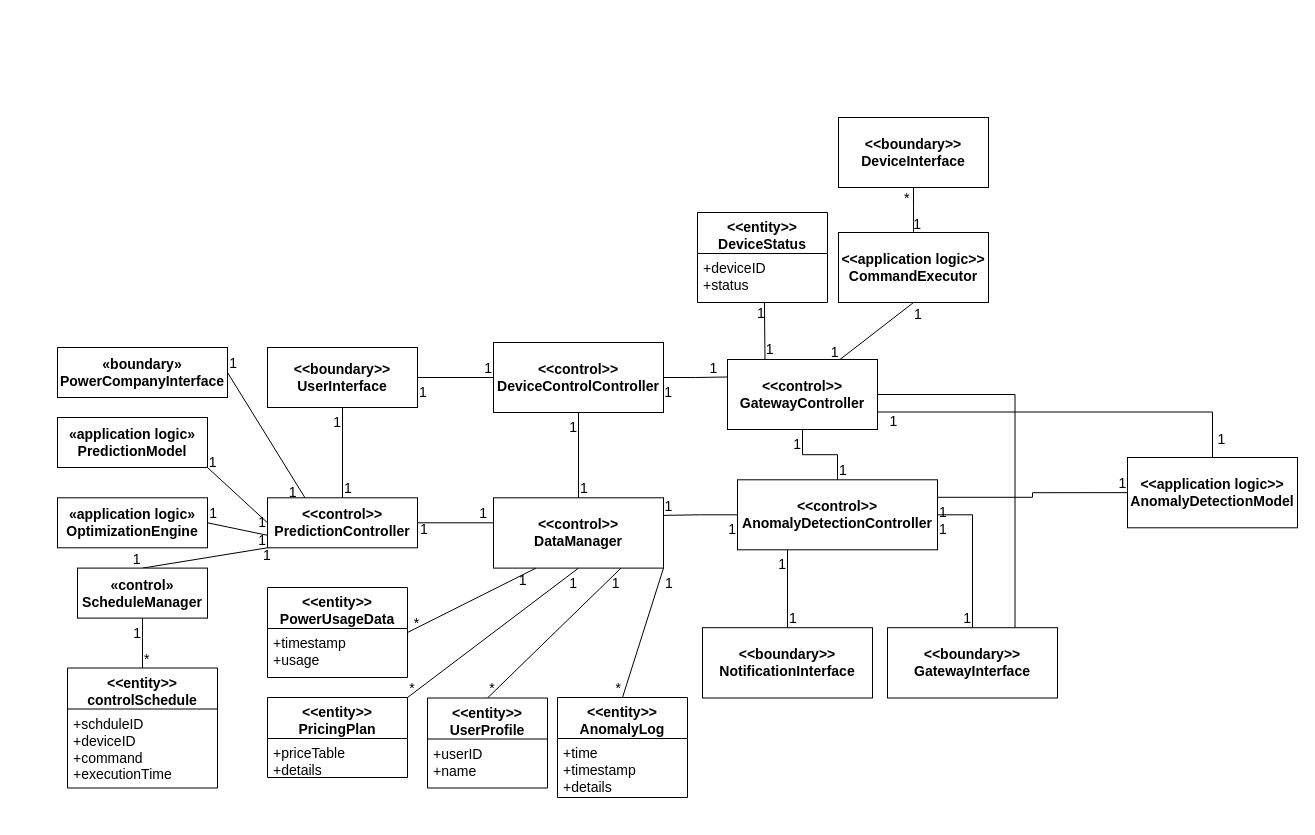
Before: page "StaticView" (4 of 4) of DomainModeling.drawio in GeniusHoon/AssociateArchitect, a draw.io diagram. Source tidied: cells renumbered, new cells numbered last; positions are measured from the earlier drawing's top-left corner, leaving out a move shared by most shapes. Both pictures are drawn from the tidied source at 100%, with x=0, y=0 at pixel (57, 117).
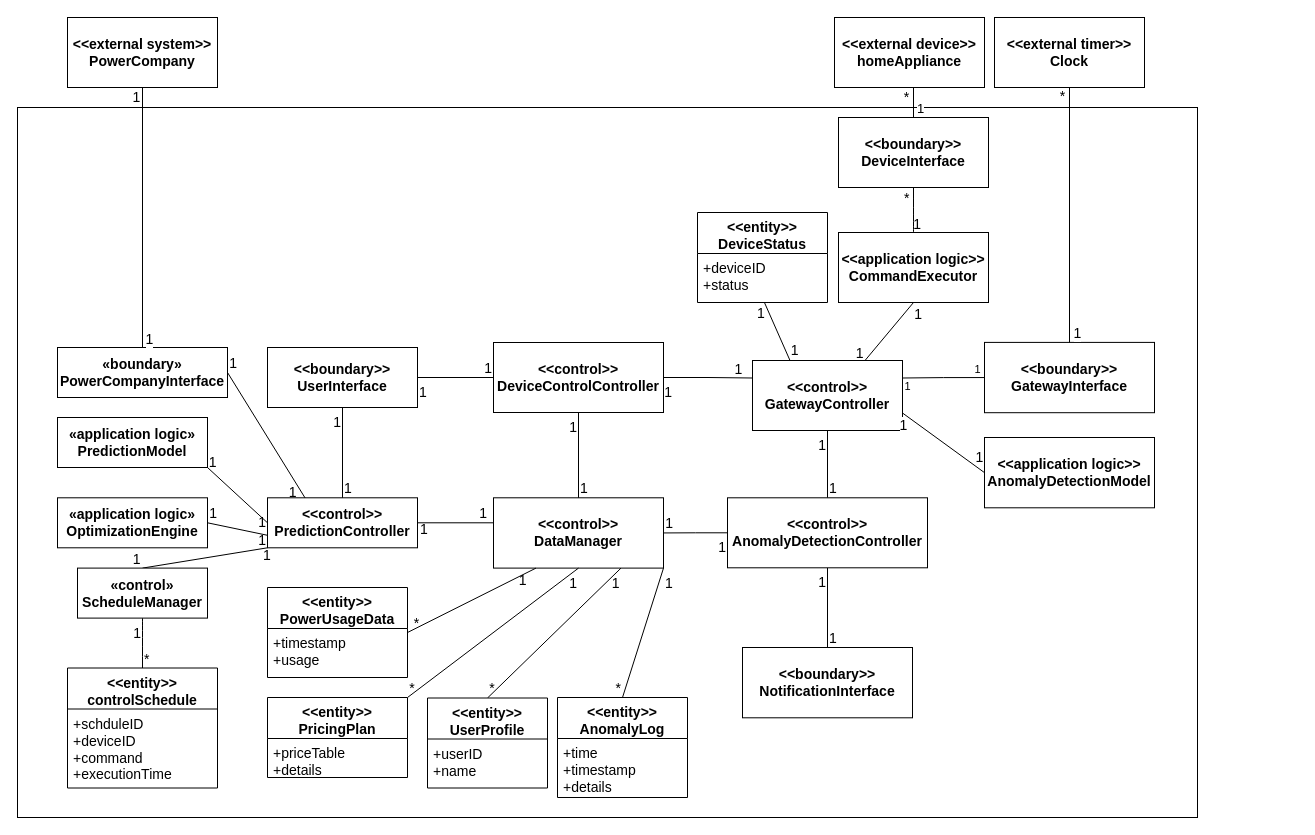
Above is the later version.

Unchanged cells that the change refers to:
```xml
<mxCell id="3" value="«boundary»&lt;br&gt;&lt;span&gt;PowerCompanyInterface&lt;/span&gt;" style="html=1;whiteSpace=wrap;fontStyle=1;fontSize=14;" parent="1" vertex="1">
  <mxGeometry y="230" width="170" height="50" as="geometry" />
</mxCell>
<mxCell id="7" value="&lt;span style=&quot;text-wrap-mode: nowrap;&quot;&gt;&amp;lt;&amp;lt;control&amp;gt;&amp;gt;&lt;/span&gt;&lt;br style=&quot;padding: 0px; margin: 0px; text-wrap-mode: nowrap;&quot;&gt;&lt;span style=&quot;text-wrap-mode: nowrap;&quot;&gt;DataManager&lt;/span&gt;" style="html=1;whiteSpace=wrap;fontStyle=1;fontSize=14;" parent="1" vertex="1">
  <mxGeometry x="436" y="380.3" width="170" height="70.3" as="geometry" />
</mxCell>
<mxCell id="12" value="&lt;span style=&quot;text-wrap-mode: nowrap;&quot;&gt;&amp;lt;&amp;lt;boundary&amp;gt;&amp;gt;&lt;/span&gt;&lt;br style=&quot;padding: 0px; margin: 0px; text-wrap-mode: nowrap;&quot;&gt;&lt;span style=&quot;text-wrap-mode: nowrap;&quot;&gt;DeviceInterface&lt;/span&gt;" style="html=1;whiteSpace=wrap;fontStyle=1;fontSize=14;" parent="1" vertex="1">
  <mxGeometry x="781" width="150" height="70" as="geometry" />
</mxCell>
```

Change to the diagram source:
```diff
@@
+    <mxCell id="99" style="rounded=0;whiteSpace=wrap;html=1;" parent="1" vertex="1">
+      <mxGeometry x="-40" y="-10" width="1180" height="710" as="geometry" />
+    </mxCell>
+    <mxCell id="5" value="&lt;span style=&quot;text-wrap-mode: nowrap;&quot;&gt;&amp;lt;&amp;lt;control&amp;gt;&amp;gt;&lt;/span&gt;&lt;br style=&quot;padding: 0px; margin: 0px; text-wrap-mode: nowrap;&quot;&gt;&lt;span style=&quot;text-wrap-mode: nowrap;&quot;&gt;GatewayController&lt;/span&gt;" style="html=1;whiteSpace=wrap;fontStyle=1;fontSize=14;" parent="1" vertex="1">
+      <mxGeometry x="695" y="243" width="150" height="70" as="geometry" />
+    </mxCell>
+    <mxCell id="97" value="&lt;span style=&quot;text-wrap-mode: nowrap;&quot;&gt;&amp;lt;&amp;lt;boundary&amp;gt;&amp;gt;&lt;/span&gt;&lt;br style=&quot;padding: 0px; margin: 0px; text-wrap-mode: nowrap;&quot;&gt;&lt;span style=&quot;text-wrap-mode: nowrap;&quot;&gt;GatewayInterface&lt;/span&gt;" style="html=1;whiteSpace=wrap;fontStyle=1;fontSize=14;" parent="1" vertex="1">
+      <mxGeometry x="927" y="224.9" width="170" height="70.3" as="geometry" />
+    </mxCell>
@@
-    <mxCell id="5" value="&lt;span style=&quot;text-wrap-mode: nowrap;&quot;&gt;&amp;lt;&amp;lt;control&amp;gt;&amp;gt;&lt;/span&gt;&lt;br style=&quot;padding: 0px; margin: 0px; text-wrap-mode: nowrap;&quot;&gt;&lt;span style=&quot;text-wrap-mode: nowrap;&quot;&gt;GatewayController&lt;/span&gt;" style="html=1;whiteSpace=wrap;fontStyle=1;fontSize=14;" parent="1" vertex="1">
-      <mxGeometry x="670" y="242" width="150" height="70" as="geometry" />
-    </mxCell>
     <mxCell id="6" value="&lt;span style=&quot;text-wrap-mode: nowrap;&quot;&gt;&amp;lt;&amp;lt;application logic&amp;gt;&amp;gt;&lt;/span&gt;&lt;br style=&quot;padding: 0px; margin: 0px; text-wrap-mode: nowrap;&quot;&gt;&lt;span style=&quot;text-wrap-mode: nowrap;&quot;&gt;AnomalyDetectionModel&lt;/span&gt;" style="html=1;whiteSpace=wrap;fontStyle=1;fontSize=14;" parent="1" vertex="1">
-      <mxGeometry x="1070" y="340" width="170" height="70.3" as="geometry" />
+      <mxGeometry x="927" y="320" width="170" height="70.3" as="geometry" />
     </mxCell>
@@
-    <mxCell id="49" style="startArrow=none;endArrow=none;exitX=1;exitY=0.5;entryX=0.5;entryY=0;rounded=0;edgeStyle=orthogonalEdgeStyle;fontSize=14;exitDx=0;exitDy=0;entryDx=0;entryDy=0;" parent="1" edge="1" source="96" target="97">
-      <mxGeometry relative="1" as="geometry" />
-    </mxCell>
-    <mxCell id="50" value="1" style="edgeLabel;labelBackgroundColor=none;fontSize=14;align=left;verticalAlign=top;" parent="49" vertex="1">
-      <mxGeometry x="-1" relative="1" as="geometry" />
-    </mxCell>
-    <mxCell id="51" value="1" style="edgeLabel;labelBackgroundColor=none;fontSize=14;align=right;verticalAlign=bottom;" parent="49" vertex="1">
-      <mxGeometry x="1" relative="1" as="geometry" />
-    </mxCell>
-    <mxCell id="52" style="startArrow=none;endArrow=none;exitX=1;exitY=0.25;entryX=0;entryY=0.5;rounded=0;edgeStyle=orthogonalEdgeStyle;fontSize=14;exitDx=0;exitDy=0;entryDx=0;entryDy=0;" parent="1" edge="1" source="96" target="6">
-      <mxGeometry relative="1" as="geometry" />
-    </mxCell>
-    <mxCell id="53" value="1" style="edgeLabel;labelBackgroundColor=none;fontSize=14;align=left;verticalAlign=top;" parent="52" vertex="1">
-      <mxGeometry x="-1" relative="1" as="geometry" />
-    </mxCell>
-    <mxCell id="54" value="1" style="edgeLabel;labelBackgroundColor=none;fontSize=14;align=right;verticalAlign=bottom;" parent="52" vertex="1">
-      <mxGeometry x="1" relative="1" as="geometry" />
-    </mxCell>
-    <mxCell id="55" style="startArrow=none;endArrow=none;exitX=0.25;exitY=1;entryX=0.5;entryY=0;rounded=0;edgeStyle=orthogonalEdgeStyle;fontSize=14;exitDx=0;exitDy=0;entryDx=0;entryDy=0;" parent="1" edge="1" source="96" target="98">
+    <mxCell id="55" style="startArrow=none;endArrow=none;exitX=0.5;exitY=1;entryX=0.5;entryY=0;rounded=0;edgeStyle=orthogonalEdgeStyle;fontSize=14;exitDx=0;exitDy=0;entryDx=0;entryDy=0;" parent="1" edge="1" source="96" target="98">
       <mxGeometry relative="1" as="geometry" />
     </mxCell>
@@
-    <mxCell id="58" style="startArrow=none;endArrow=none;exitX=0;exitY=0.5;entryX=1;entryY=0.25;rounded=0;edgeStyle=orthogonalEdgeStyle;fontSize=14;entryDx=0;entryDy=0;exitDx=0;exitDy=0;" parent="1" edge="1" source="96" target="7">
+    <mxCell id="58" style="startArrow=none;endArrow=none;exitX=0;exitY=0.5;entryX=1;entryY=0.5;rounded=0;edgeStyle=orthogonalEdgeStyle;fontSize=14;entryDx=0;entryDy=0;exitDx=0;exitDy=0;" parent="1" edge="1" source="96" target="7">
       <mxGeometry relative="1" as="geometry" />
     </mxCell>
@@
-    <mxCell id="79" style="startArrow=none;endArrow=none;endSize=12;exitX=1;exitY=0.75;entryX=0.5;entryY=0;rounded=0;edgeStyle=orthogonalEdgeStyle;endFill=0;exitDx=0;exitDy=0;fontSize=14;entryDx=0;entryDy=0;" parent="1" edge="1" source="5" target="6">
+    <mxCell id="79" style="startArrow=none;endArrow=none;endSize=12;exitX=1;exitY=0.75;entryX=0;entryY=0.5;rounded=0;endFill=0;exitDx=0;exitDy=0;fontSize=14;entryDx=0;entryDy=0;" parent="1" edge="1" source="5" target="6">
       <mxGeometry relative="1" as="geometry" />
     </mxCell>
     <mxCell id="80" value="1" style="edgeLabel;html=1;align=center;verticalAlign=middle;fontSize=14;" parent="79" vertex="1">
       <mxGeometry x="0.91" y="-1" relative="1" as="geometry">
-        <mxPoint x="9" y="-1" as="offset" />
+        <mxPoint x="-1" y="-14" as="offset" />
       </mxGeometry>
     </mxCell>
     <mxCell id="81" value="1" style="edgeLabel;html=1;align=center;verticalAlign=middle;fontSize=14;" parent="79" vertex="1">
       <mxGeometry x="-0.88" y="-1" relative="1" as="geometry">
-        <mxPoint x="-8" y="8" as="offset" />
+        <mxPoint x="-4" y="8" as="offset" />
       </mxGeometry>
     </mxCell>
-    <mxCell id="82" style="startArrow=none;endArrow=none;endSize=12;exitX=0.75;exitY=0;entryX=1;entryY=0.5;rounded=0;edgeStyle=orthogonalEdgeStyle;endFill=0;fontSize=14;entryDx=0;entryDy=0;exitDx=0;exitDy=0;" parent="1" edge="1" source="97" target="5">
+    <mxCell id="82" style="startArrow=none;endArrow=none;endSize=12;exitX=0;exitY=0.5;entryX=1;entryY=0.25;rounded=0;edgeStyle=orthogonalEdgeStyle;endFill=0;fontSize=14;entryDx=0;entryDy=0;exitDx=0;exitDy=0;" parent="1" edge="1" source="97" target="5">
       <mxGeometry relative="1" as="geometry" />
     </mxCell>
+    <mxCell id="100" value="1" style="edgeLabel;html=1;align=center;verticalAlign=middle;" parent="82" vertex="1">
+      <mxGeometry x="-0.81" y="1" relative="1" as="geometry">
+        <mxPoint y="-10" as="offset" />
+      </mxGeometry>
+    </mxCell>
+    <mxCell id="101" value="1" style="edgeLabel;html=1;align=center;verticalAlign=middle;" parent="82" vertex="1">
+      <mxGeometry x="0.7" relative="1" as="geometry">
+        <mxPoint x="-8" y="8" as="offset" />
+      </mxGeometry>
+    </mxCell>
@@
     <mxCell id="96" value="&lt;span style=&quot;text-wrap-mode: nowrap;&quot;&gt;&amp;lt;&amp;lt;control&amp;gt;&amp;gt;&lt;/span&gt;&lt;br style=&quot;padding: 0px; margin: 0px; text-wrap-mode: nowrap;&quot;&gt;&lt;span style=&quot;text-wrap-mode: nowrap;&quot;&gt;AnomalyDetectionController&lt;/span&gt;" style="html=1;whiteSpace=wrap;fontStyle=1;fontSize=14;" parent="1" vertex="1">
-      <mxGeometry x="680" y="362.3" width="200" height="70" as="geometry" />
+      <mxGeometry x="670" y="380.3" width="200" height="70" as="geometry" />
     </mxCell>
-    <mxCell id="97" value="&lt;span style=&quot;text-wrap-mode: nowrap;&quot;&gt;&amp;lt;&amp;lt;boundary&amp;gt;&amp;gt;&lt;/span&gt;&lt;br style=&quot;padding: 0px; margin: 0px; text-wrap-mode: nowrap;&quot;&gt;&lt;span style=&quot;text-wrap-mode: nowrap;&quot;&gt;GatewayInterface&lt;/span&gt;" style="html=1;whiteSpace=wrap;fontStyle=1;fontSize=14;" parent="1" vertex="1">
-      <mxGeometry x="830" y="510.2" width="170" height="70.3" as="geometry" />
-    </mxCell>
     <mxCell id="98" value="&lt;span style=&quot;text-wrap-mode: nowrap;&quot;&gt;&amp;lt;&amp;lt;boundary&amp;gt;&amp;gt;&lt;/span&gt;&lt;br style=&quot;padding: 0px; margin: 0px; text-wrap-mode: nowrap;&quot;&gt;&lt;span style=&quot;text-wrap-mode: nowrap;&quot;&gt;NotificationInterface&lt;/span&gt;" style="html=1;whiteSpace=wrap;fontStyle=1;fontSize=14;" parent="1" vertex="1">
-      <mxGeometry x="645" y="510.2" width="170" height="70.3" as="geometry" />
+      <mxGeometry x="685" y="530" width="170" height="70.3" as="geometry" />
     </mxCell>
+    <mxCell id="102" style="edgeStyle=orthogonalEdgeStyle;rounded=0;jettySize=auto;html=1;exitX=0.5;exitY=1;exitDx=0;exitDy=0;entryX=0.5;entryY=0;entryDx=0;entryDy=0;endArrow=none;endFill=0;strokeWidth=1;fontSize=14;" parent="1" edge="1" source="105" target="97">
+      <mxGeometry relative="1" as="geometry" />
+    </mxCell>
+    <mxCell id="103" value="*" style="edgeLabel;html=1;align=center;verticalAlign=middle;fontSize=14;" parent="102" vertex="1">
+      <mxGeometry x="-0.85" relative="1" as="geometry">
+        <mxPoint x="-8" y="-11" as="offset" />
+      </mxGeometry>
+    </mxCell>
+    <mxCell id="104" value="1" style="edgeLabel;html=1;align=center;verticalAlign=middle;fontSize=14;" parent="102" vertex="1">
+      <mxGeometry x="0.88" relative="1" as="geometry">
+        <mxPoint x="7" y="5" as="offset" />
+      </mxGeometry>
+    </mxCell>
+    <mxCell id="105" value="&lt;span style=&quot;text-wrap-mode: nowrap;&quot;&gt;&amp;lt;&amp;lt;external timer&amp;gt;&amp;gt;&lt;/span&gt;&lt;br style=&quot;padding: 0px; margin: 0px; text-wrap-mode: nowrap;&quot;&gt;&lt;span style=&quot;text-wrap-mode: nowrap;&quot;&gt;Clock&lt;/span&gt;" style="html=1;whiteSpace=wrap;fontStyle=1;fontSize=14;" parent="1" vertex="1">
+      <mxGeometry x="937" y="-100" width="150" height="70" as="geometry" />
+    </mxCell>
+    <mxCell id="106" style="edgeStyle=orthogonalEdgeStyle;rounded=0;jettySize=auto;html=1;exitX=0.5;exitY=1;exitDx=0;exitDy=0;entryX=0.5;entryY=0;entryDx=0;entryDy=0;endArrow=none;endFill=0;strokeWidth=1;" parent="1" edge="1" source="109" target="12">
+      <mxGeometry relative="1" as="geometry" />
+    </mxCell>
+    <mxCell id="107" value="*" style="edgeLabel;html=1;align=center;verticalAlign=middle;fontSize=14;" parent="106" vertex="1">
+      <mxGeometry x="-0.35" y="1" relative="1" as="geometry">
+        <mxPoint x="-9" y="2" as="offset" />
+      </mxGeometry>
+    </mxCell>
+    <mxCell id="108" value="1" style="edgeLabel;html=1;align=center;verticalAlign=middle;fontSize=13;" parent="106" vertex="1">
+      <mxGeometry x="0.66" y="1" relative="1" as="geometry">
+        <mxPoint x="5" y="-4" as="offset" />
+      </mxGeometry>
+    </mxCell>
+    <mxCell id="109" value="&lt;span style=&quot;text-wrap-mode: nowrap;&quot;&gt;&amp;lt;&amp;lt;external device&amp;gt;&amp;gt;&lt;/span&gt;&lt;br style=&quot;padding: 0px; margin: 0px; text-wrap-mode: nowrap;&quot;&gt;&lt;div&gt;&lt;span style=&quot;text-wrap-mode: nowrap;&quot;&gt;homeAppliance&lt;/span&gt;&lt;/div&gt;" style="html=1;whiteSpace=wrap;fontStyle=1;fontSize=14;" parent="1" vertex="1">
+      <mxGeometry x="777" y="-100" width="150" height="70" as="geometry" />
+    </mxCell>
+    <mxCell id="110" style="edgeStyle=orthogonalEdgeStyle;rounded=0;jettySize=auto;html=1;exitX=0.5;exitY=1;exitDx=0;exitDy=0;entryX=0.5;entryY=0;entryDx=0;entryDy=0;endArrow=none;endFill=0;strokeWidth=1;" parent="1" edge="1" source="113" target="3">
+      <mxGeometry relative="1" as="geometry" />
+    </mxCell>
+    <mxCell id="111" value="1" style="edgeLabel;html=1;align=center;verticalAlign=middle;fontSize=14;" parent="110" vertex="1">
+      <mxGeometry x="-0.9" y="-1" relative="1" as="geometry">
+        <mxPoint x="-6" y="-4" as="offset" />
+      </mxGeometry>
+    </mxCell>
+    <mxCell id="112" value="1" style="edgeLabel;html=1;align=center;verticalAlign=middle;fontSize=14;" parent="110" vertex="1">
+      <mxGeometry x="0.93" y="2" relative="1" as="geometry">
+        <mxPoint x="4" as="offset" />
+      </mxGeometry>
+    </mxCell>
+    <mxCell id="113" value="&lt;span style=&quot;text-wrap-mode: nowrap;&quot;&gt;&amp;lt;&amp;lt;external system&amp;gt;&amp;gt;&lt;/span&gt;&lt;br style=&quot;padding: 0px; margin: 0px; text-wrap-mode: nowrap;&quot;&gt;&lt;div&gt;&lt;span style=&quot;text-wrap-mode: nowrap;&quot;&gt;PowerCompany&lt;/span&gt;&lt;/div&gt;" style="html=1;whiteSpace=wrap;fontStyle=1;fontSize=14;" parent="1" vertex="1">
+      <mxGeometry x="10" y="-100" width="150" height="70" as="geometry" />
+    </mxCell>
```
